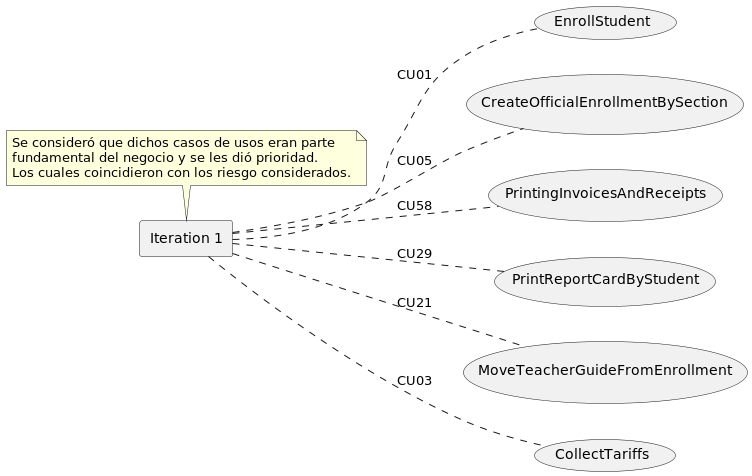
Earlier version of the PlantUML export out/UseCaseView/Prioritization.png (wsmcbl/wsmcbl.doc).
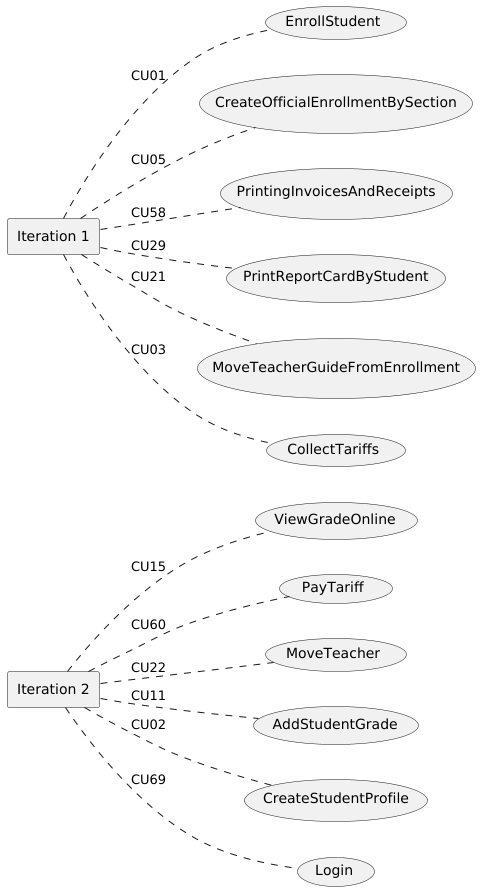
After the commit.

The edit, as a diff of the source:
```diff
@@ -1,9 +1,25 @@
 @startuml
 left to right direction
 
+rectangle "Iteration 2" as Iteration2
+
+usecase CU15 as "ViewGradeOnline"
+usecase CU60 as "PayTariff"
+usecase CU22 as "MoveTeacher"
+usecase CU11 as "AddStudentGrade"
+usecase CU02 as "CreateStudentProfile"
+usecase CU69 as "Login"
+
+Iteration2 .. CU15 : CU15
+Iteration2 .. CU60 : CU60
+Iteration2 .. CU22 : CU22
+Iteration2 .. CU11 : CU11
+Iteration2 .. CU02 : CU02
+Iteration2 .. CU69 : CU69
+
+
+
 rectangle "Iteration 1" as Iteration1
-
-note top of Iteration1: Se consideró que dichos casos de usos eran parte\nfundamental del negocio y se les dió prioridad.\nLos cuales coincidieron con los riesgo considerados.
 
 usecase CU01 as "EnrollStudent"
 usecase CU05 as "CreateOfficialEnrollmentBySection"
@@ -18,4 +34,5 @@
 Iteration1 .. CU29 : CU29
 Iteration1 .. CU21 : CU21
 Iteration1 .. CU03 : CU03
+
 @enduml
```
